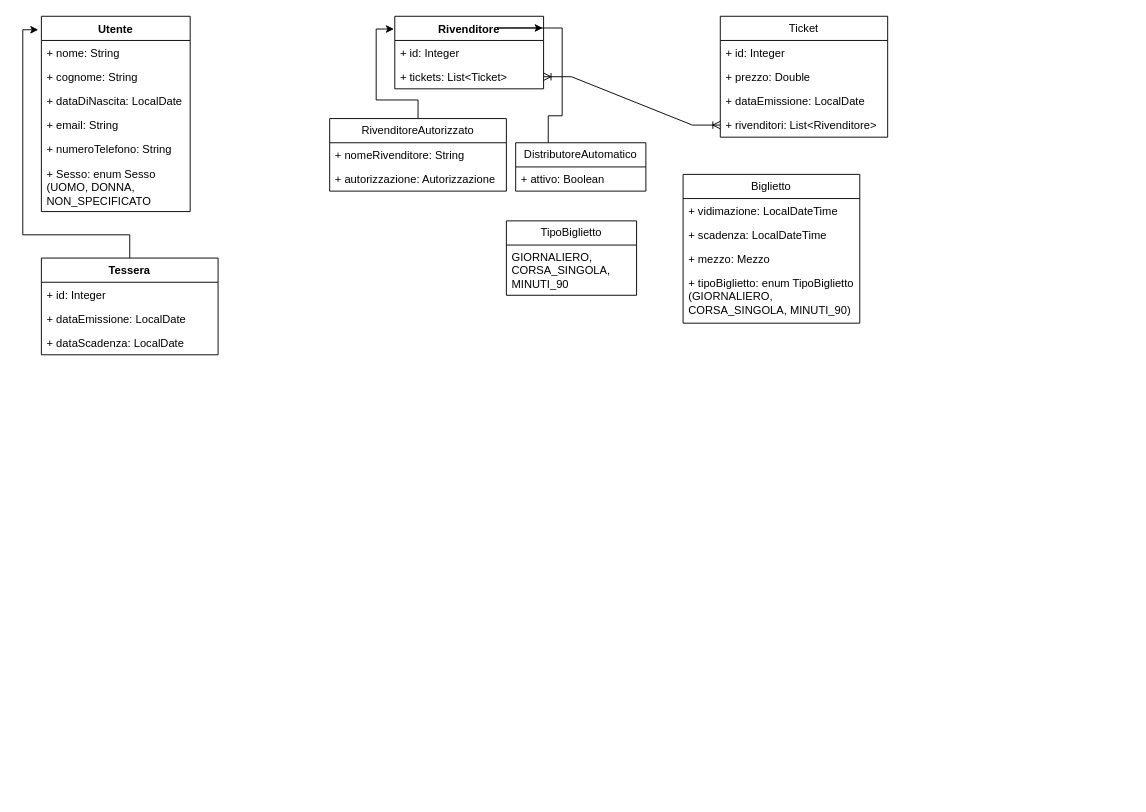
Brokins00/bw4 keeps this draw.io diagram as bw4.drawio. Above is the earlier version. Source tidied: cells renumbered, new cells numbered last; positions are measured from the earlier drawing's top-left corner, leaving out a move shared by most shapes. Both pictures are drawn from the tidied source at 93%, with x=0, y=0 at pixel (22, 16).
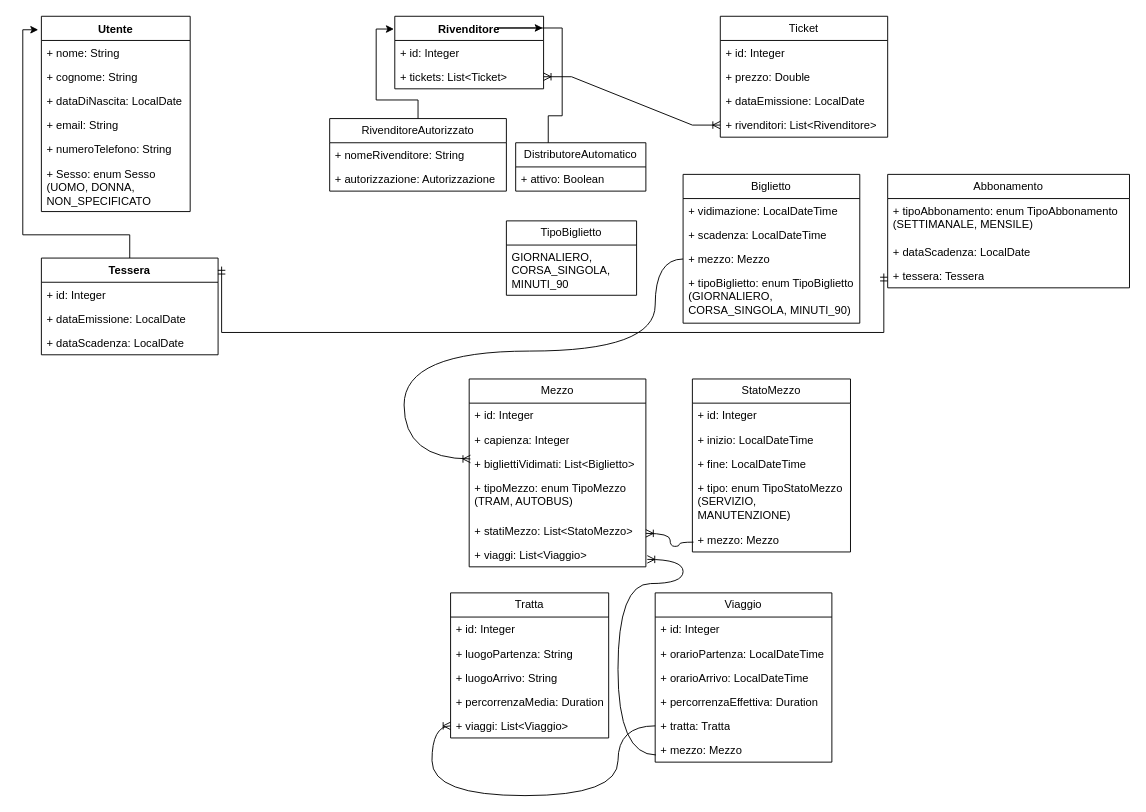
The same diagram, later.

The change refers to these unchanged cells:
```xml
<mxCell id="10" value="Tessera" style="swimlane;fontStyle=1;align=center;verticalAlign=top;horizontal=1;startSize=26;whiteSpace=wrap;html=1;" parent="1" vertex="1">
  <mxGeometry x="20" y="260" width="190" height="104" as="geometry" />
</mxCell>
<mxCell id="33" value="+ mezzo: Mezzo" style="text;strokeColor=none;fillColor=none;align=left;verticalAlign=top;spacingLeft=4;spacingRight=4;overflow=hidden;points=[[0,0.5],[1,0.5]];portConstraint=eastwest;whiteSpace=wrap;html=1;" parent="30" vertex="1">
  <mxGeometry y="78" width="190" height="26" as="geometry" />
</mxCell>
```

Diff of the diagram source:
```diff
@@
+    <mxCell id="37" value="Abbonamento" style="swimlane;fontStyle=0;horizontal=1;startSize=26;fillColor=none;whiteSpace=wrap;html=1;" parent="1" vertex="1">
+      <mxGeometry x="930" y="170" width="260" height="122" as="geometry" />
+    </mxCell>
+    <mxCell id="38" value="+ tipoAbbonamento: enum TipoAbbonamento (SETTIMANALE, MENSILE)" style="text;strokeColor=none;fillColor=none;align=left;verticalAlign=top;spacingLeft=4;spacingRight=4;overflow=hidden;whiteSpace=wrap;html=1;" parent="37" vertex="1">
+      <mxGeometry y="26" width="260" height="44" as="geometry" />
+    </mxCell>
+    <mxCell id="39" value="+ dataScadenza: LocalDate" style="text;strokeColor=none;fillColor=none;align=left;verticalAlign=top;spacingLeft=4;spacingRight=4;overflow=hidden;whiteSpace=wrap;html=1;" parent="37" vertex="1">
+      <mxGeometry y="70" width="260" height="26" as="geometry" />
+    </mxCell>
+    <mxCell id="40" value="+ tessera: Tessera" style="text;strokeColor=none;fillColor=none;align=left;verticalAlign=top;spacingLeft=4;spacingRight=4;overflow=hidden;points=[[0,0.5],[1,0.5]];portConstraint=eastwest;whiteSpace=wrap;html=1;" parent="37" vertex="1">
+      <mxGeometry y="96" width="260" height="26" as="geometry" />
+    </mxCell>
+    <mxCell id="41" style="edgeStyle=elbowEdgeStyle;fontSize=12;html=1;endArrow=ERmandOne;startArrow=ERmandOne;rounded=0;entryX=-0.016;entryY=0.407;entryDx=0;entryDy=0;elbow=vertical;entryPerimeter=0;exitX=1.02;exitY=0.088;exitDx=0;exitDy=0;exitPerimeter=0;" parent="1" edge="1" source="10" target="40">
+      <mxGeometry relative="1" as="geometry">
+        <Array as="points">
+          <mxPoint x="570" y="340" />
+          <mxPoint x="680" y="360" />
+        </Array>
+      </mxGeometry>
+    </mxCell>
+    <mxCell id="42" value="Mezzo" style="swimlane;fontStyle=0;horizontal=1;startSize=26;fillColor=none;whiteSpace=wrap;html=1;" parent="1" vertex="1">
+      <mxGeometry x="480" y="390" width="190" height="202" as="geometry" />
+    </mxCell>
+    <mxCell id="43" value="+ id: Integer" style="text;strokeColor=none;fillColor=none;align=left;verticalAlign=top;spacingLeft=4;spacingRight=4;overflow=hidden;whiteSpace=wrap;html=1;" parent="42" vertex="1">
+      <mxGeometry y="26" width="190" height="26" as="geometry" />
+    </mxCell>
+    <mxCell id="44" value="+ capienza: Integer" style="text;strokeColor=none;fillColor=none;align=left;verticalAlign=top;spacingLeft=4;spacingRight=4;overflow=hidden;whiteSpace=wrap;html=1;" parent="42" vertex="1">
+      <mxGeometry y="52" width="190" height="26" as="geometry" />
+    </mxCell>
+    <mxCell id="45" value="+ bigliettiVidimati: List&amp;lt;Biglietto&amp;gt;" style="text;strokeColor=none;fillColor=none;align=left;verticalAlign=top;spacingLeft=4;spacingRight=4;overflow=hidden;points=[[0,0.5],[1,0.5]];portConstraint=eastwest;whiteSpace=wrap;html=1;" parent="42" vertex="1">
+      <mxGeometry y="78" width="190" height="26" as="geometry" />
+    </mxCell>
+    <mxCell id="46" value="+ tipoMezzo: enum TipoMezzo (TRAM, AUTOBUS)" style="text;strokeColor=none;fillColor=none;align=left;verticalAlign=top;spacingLeft=4;spacingRight=4;overflow=hidden;whiteSpace=wrap;html=1;" parent="42" vertex="1">
+      <mxGeometry y="104" width="190" height="46" as="geometry" />
+    </mxCell>
+    <mxCell id="47" value="+ statiMezzo: List&amp;lt;StatoMezzo&amp;gt;" style="text;strokeColor=none;fillColor=none;align=left;verticalAlign=top;spacingLeft=4;spacingRight=4;overflow=hidden;whiteSpace=wrap;html=1;" parent="42" vertex="1">
+      <mxGeometry y="150" width="190" height="26" as="geometry" />
+    </mxCell>
+    <mxCell id="48" value="+ viaggi: List&amp;lt;Viaggio&amp;gt;" style="text;strokeColor=none;fillColor=none;align=left;verticalAlign=top;spacingLeft=4;spacingRight=4;overflow=hidden;points=[[0,0.5],[1,0.5]];portConstraint=eastwest;whiteSpace=wrap;html=1;" parent="42" vertex="1">
+      <mxGeometry y="176" width="190" height="26" as="geometry" />
+    </mxCell>
+    <mxCell id="49" style="edgeStyle=orthogonalEdgeStyle;fontSize=12;html=1;endArrow=ERoneToMany;rounded=0;curved=1;entryX=0.007;entryY=0.308;entryDx=0;entryDy=0;entryPerimeter=0;exitX=0;exitY=0.5;exitDx=0;exitDy=0;" parent="1" edge="1" source="33" target="45">
+      <mxGeometry relative="1" as="geometry">
+        <Array as="points">
+          <mxPoint x="680" y="261" />
+          <mxPoint x="680" y="360" />
+          <mxPoint x="410" y="360" />
+          <mxPoint x="410" y="476" />
+        </Array>
+      </mxGeometry>
+    </mxCell>
+    <mxCell id="50" value="StatoMezzo" style="swimlane;fontStyle=0;horizontal=1;startSize=26;fillColor=none;whiteSpace=wrap;html=1;" parent="1" vertex="1">
+      <mxGeometry x="720" y="390" width="170" height="186" as="geometry" />
+    </mxCell>
+    <mxCell id="51" value="+ id: Integer" style="text;strokeColor=none;fillColor=none;align=left;verticalAlign=top;spacingLeft=4;spacingRight=4;overflow=hidden;whiteSpace=wrap;html=1;" parent="50" vertex="1">
+      <mxGeometry y="26" width="170" height="26" as="geometry" />
+    </mxCell>
+    <mxCell id="52" value="+ inizio: LocalDateTime" style="text;strokeColor=none;fillColor=none;align=left;verticalAlign=top;spacingLeft=4;spacingRight=4;overflow=hidden;whiteSpace=wrap;html=1;" parent="50" vertex="1">
+      <mxGeometry y="52" width="170" height="26" as="geometry" />
+    </mxCell>
+    <mxCell id="53" value="+ fine: LocalDateTime" style="text;strokeColor=none;fillColor=none;align=left;verticalAlign=top;spacingLeft=4;spacingRight=4;overflow=hidden;whiteSpace=wrap;html=1;" parent="50" vertex="1">
+      <mxGeometry y="78" width="170" height="26" as="geometry" />
+    </mxCell>
+    <mxCell id="54" value="+ tipo: enum TipoStatoMezzo (SERVIZIO, MANUTENZIONE)" style="text;strokeColor=none;fillColor=none;align=left;verticalAlign=top;spacingLeft=4;spacingRight=4;overflow=hidden;whiteSpace=wrap;html=1;" parent="50" vertex="1">
+      <mxGeometry y="104" width="170" height="56" as="geometry" />
+    </mxCell>
+    <mxCell id="55" value="+ mezzo: Mezzo" style="text;strokeColor=none;fillColor=none;align=left;verticalAlign=top;spacingLeft=4;spacingRight=4;overflow=hidden;points=[[0,0.5],[1,0.5]];portConstraint=eastwest;whiteSpace=wrap;html=1;" parent="50" vertex="1">
+      <mxGeometry y="160" width="170" height="26" as="geometry" />
+    </mxCell>
+    <mxCell id="56" style="edgeStyle=orthogonalEdgeStyle;fontSize=12;html=1;endArrow=ERoneToMany;rounded=0;curved=1;entryX=1.023;entryY=0.615;entryDx=0;entryDy=0;entryPerimeter=0;exitX=0.007;exitY=0.594;exitDx=0;exitDy=0;exitPerimeter=0;" parent="1" edge="1" source="55">
+      <mxGeometry relative="1" as="geometry">
+        <mxPoint x="670" y="556" as="targetPoint" />
+        <Array as="points">
+          <mxPoint x="706" y="565" />
+          <mxPoint x="706" y="570" />
+          <mxPoint x="696" y="570" />
+          <mxPoint x="696" y="556" />
+        </Array>
+      </mxGeometry>
+    </mxCell>
+    <mxCell id="57" value="Tratta" style="swimlane;fontStyle=0;horizontal=1;startSize=26;fillColor=none;whiteSpace=wrap;html=1;" parent="1" vertex="1">
+      <mxGeometry x="460" y="620" width="170" height="156" as="geometry" />
+    </mxCell>
+    <mxCell id="58" value="+ id: Integer" style="text;strokeColor=none;fillColor=none;align=left;verticalAlign=top;spacingLeft=4;spacingRight=4;overflow=hidden;whiteSpace=wrap;html=1;" parent="57" vertex="1">
+      <mxGeometry y="26" width="170" height="26" as="geometry" />
+    </mxCell>
+    <mxCell id="59" value="+ luogoPartenza: String" style="text;strokeColor=none;fillColor=none;align=left;verticalAlign=top;spacingLeft=4;spacingRight=4;overflow=hidden;whiteSpace=wrap;html=1;" parent="57" vertex="1">
+      <mxGeometry y="52" width="170" height="26" as="geometry" />
+    </mxCell>
+    <mxCell id="60" value="+ luogoArrivo: String" style="text;strokeColor=none;fillColor=none;align=left;verticalAlign=top;spacingLeft=4;spacingRight=4;overflow=hidden;whiteSpace=wrap;html=1;" parent="57" vertex="1">
+      <mxGeometry y="78" width="170" height="26" as="geometry" />
+    </mxCell>
+    <mxCell id="61" value="+ percorrenzaMedia: Duration" style="text;strokeColor=none;fillColor=none;align=left;verticalAlign=top;spacingLeft=4;spacingRight=4;overflow=hidden;whiteSpace=wrap;html=1;" parent="57" vertex="1">
+      <mxGeometry y="104" width="170" height="26" as="geometry" />
+    </mxCell>
+    <mxCell id="62" value="+ viaggi: List&amp;lt;Viaggio&amp;gt;" style="text;strokeColor=none;fillColor=none;align=left;verticalAlign=top;spacingLeft=4;spacingRight=4;overflow=hidden;points=[[0,0.5],[1,0.5]];portConstraint=eastwest;whiteSpace=wrap;html=1;" parent="57" vertex="1">
+      <mxGeometry y="130" width="170" height="26" as="geometry" />
+    </mxCell>
+    <mxCell id="63" value="Viaggio" style="swimlane;fontStyle=0;horizontal=1;startSize=26;fillColor=none;whiteSpace=wrap;html=1;" parent="1" vertex="1">
+      <mxGeometry x="680" y="620" width="190" height="182" as="geometry" />
+    </mxCell>
+    <mxCell id="64" value="+ id: Integer" style="text;strokeColor=none;fillColor=none;align=left;verticalAlign=top;spacingLeft=4;spacingRight=4;overflow=hidden;whiteSpace=wrap;html=1;" parent="63" vertex="1">
+      <mxGeometry y="26" width="190" height="26" as="geometry" />
+    </mxCell>
+    <mxCell id="65" value="+ orarioPartenza: LocalDateTime" style="text;strokeColor=none;fillColor=none;align=left;verticalAlign=top;spacingLeft=4;spacingRight=4;overflow=hidden;whiteSpace=wrap;html=1;" parent="63" vertex="1">
+      <mxGeometry y="52" width="190" height="26" as="geometry" />
+    </mxCell>
+    <mxCell id="66" value="+ orarioArrivo: LocalDateTime" style="text;strokeColor=none;fillColor=none;align=left;verticalAlign=top;spacingLeft=4;spacingRight=4;overflow=hidden;whiteSpace=wrap;html=1;" parent="63" vertex="1">
+      <mxGeometry y="78" width="190" height="26" as="geometry" />
+    </mxCell>
+    <mxCell id="67" value="+ percorrenzaEffettiva: Duration" style="text;strokeColor=none;fillColor=none;align=left;verticalAlign=top;spacingLeft=4;spacingRight=4;overflow=hidden;whiteSpace=wrap;html=1;" parent="63" vertex="1">
+      <mxGeometry y="104" width="190" height="26" as="geometry" />
+    </mxCell>
+    <mxCell id="68" value="+ tratta: Tratta" style="text;strokeColor=none;fillColor=none;align=left;verticalAlign=top;spacingLeft=4;spacingRight=4;overflow=hidden;points=[[0,0.5],[1,0.5]];portConstraint=eastwest;whiteSpace=wrap;html=1;" parent="63" vertex="1">
+      <mxGeometry y="130" width="190" height="26" as="geometry" />
+    </mxCell>
+    <mxCell id="69" value="+ mezzo: Mezzo" style="text;strokeColor=none;fillColor=none;align=left;verticalAlign=top;spacingLeft=4;spacingRight=4;overflow=hidden;points=[[0,0.5],[1,0.5]];portConstraint=eastwest;whiteSpace=wrap;html=1;" parent="63" vertex="1">
+      <mxGeometry y="156" width="190" height="26" as="geometry" />
+    </mxCell>
+    <mxCell id="70" style="edgeStyle=orthogonalEdgeStyle;fontSize=12;html=1;endArrow=ERoneToMany;rounded=0;curved=1;entryX=0;entryY=0.5;entryDx=0;entryDy=0;exitX=0;exitY=0.5;exitDx=0;exitDy=0;" parent="1" edge="1" source="68" target="62">
+      <mxGeometry relative="1" as="geometry">
+        <Array as="points">
+          <mxPoint x="640" y="763" />
+          <mxPoint x="640" y="838" />
+          <mxPoint x="440" y="838" />
+          <mxPoint x="440" y="763" />
+        </Array>
+      </mxGeometry>
+    </mxCell>
+    <mxCell id="71" style="edgeStyle=orthogonalEdgeStyle;fontSize=12;html=1;endArrow=ERoneToMany;rounded=0;curved=1;entryX=1.008;entryY=0.692;entryDx=0;entryDy=0;entryPerimeter=0;exitX=0.004;exitY=0.703;exitDx=0;exitDy=0;exitPerimeter=0;" parent="1" edge="1" source="69" target="48">
+      <mxGeometry relative="1" as="geometry">
+        <Array as="points">
+          <mxPoint x="640" y="794" />
+          <mxPoint x="640" y="610" />
+          <mxPoint x="710" y="610" />
+          <mxPoint x="710" y="584" />
+        </Array>
+      </mxGeometry>
+    </mxCell>
```
